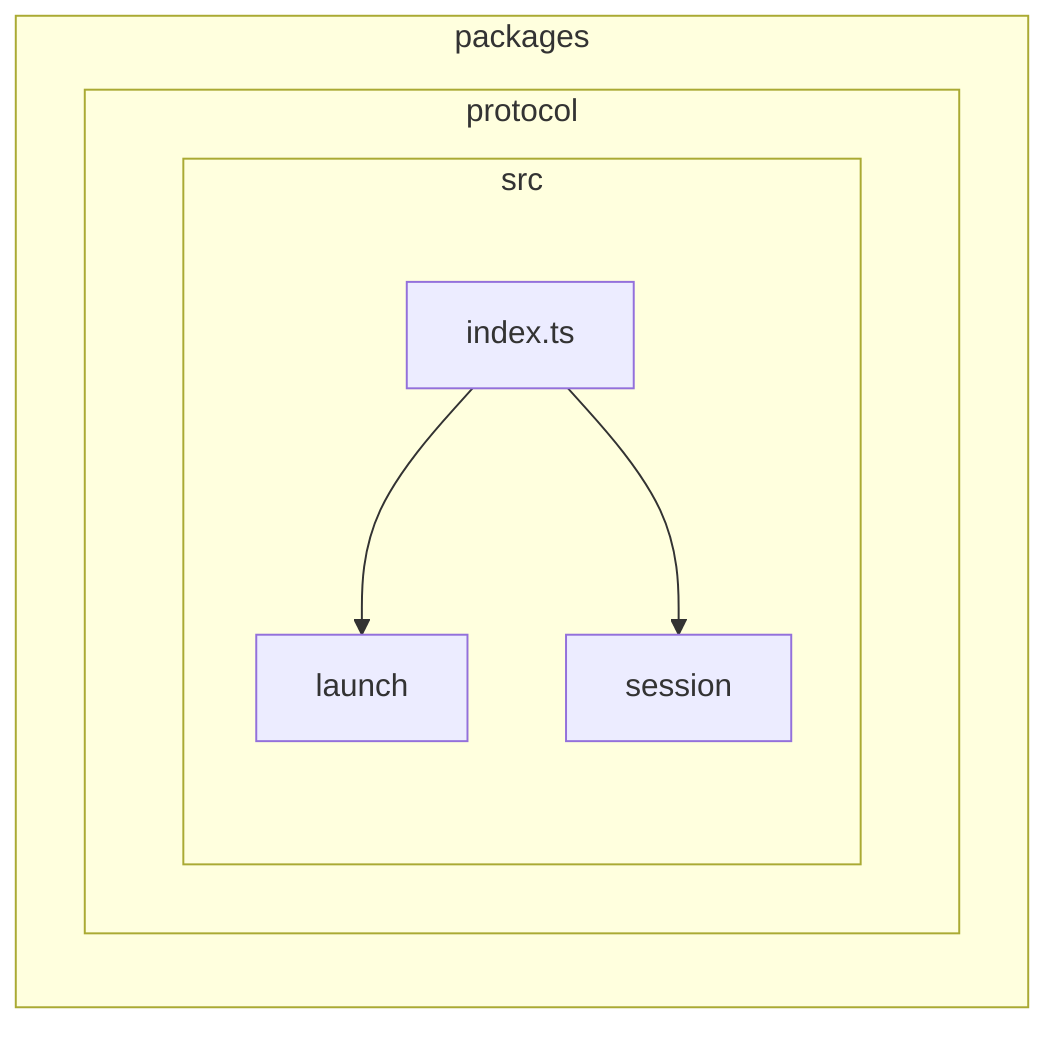
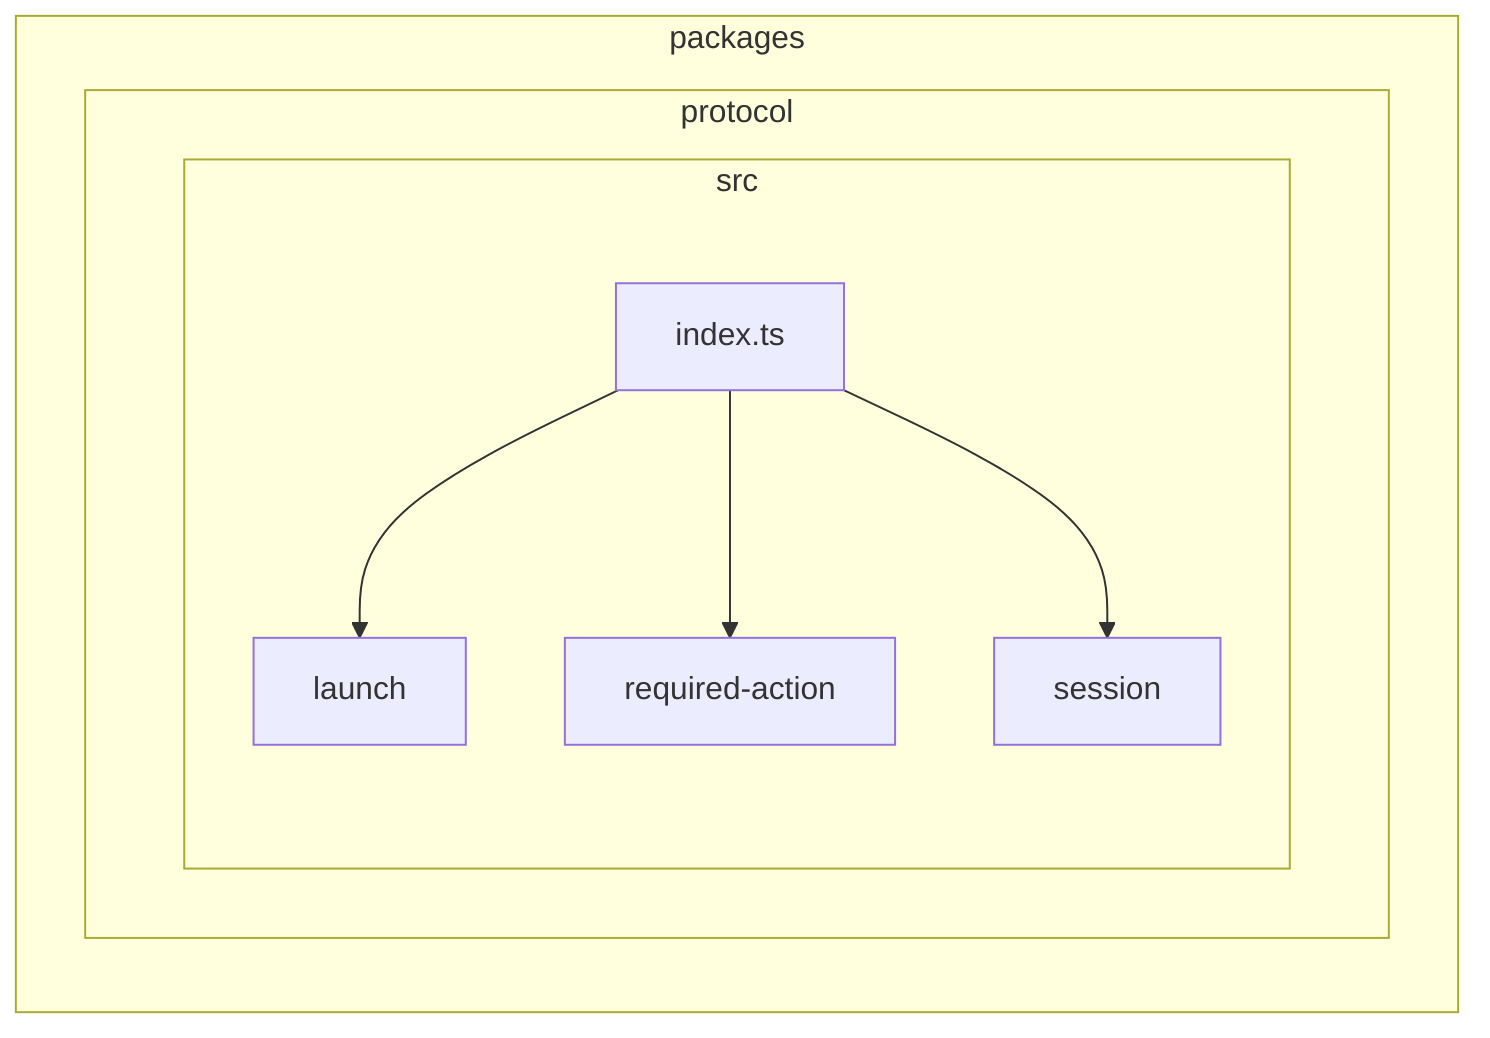
flowchart LR

subgraph 0["packages"]
subgraph 1["protocol"]
subgraph 2["src"]
3["index.ts"]
4["launch"]
- 5["session"]
+ 5["required-action"]
+ 6["session"]
end
end
end
3-->4
3-->5
+ 3-->6
